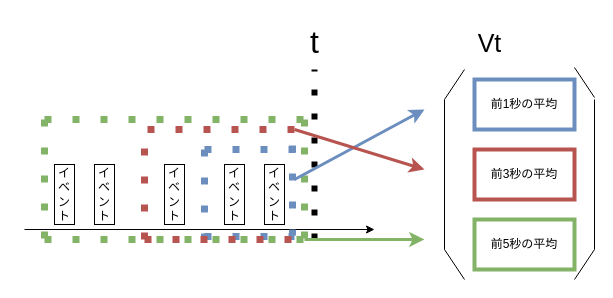
Earlier version of the draw.io diagram 名称未設定ファイル.drawio (Rwatana/Rwatana.github.io). Source tidied: cells renumbered, new cells numbered last; positions are measured from the earlier drawing's top-left corner, leaving out a move shared by most shapes. Both pictures are drawn from the tidied source at 100%, with x=0, y=0 at pixel (24, 17).
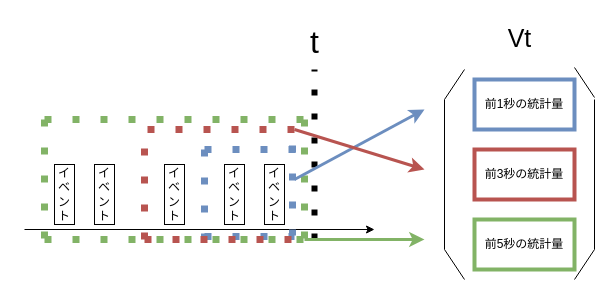
The same diagram, later.

Commit message:
名称未設定ファイル.drawio を更新します

Change to the diagram source:
```diff
@@
     <mxCell id="21" value="&lt;font style=&quot;font-size: 25px;&quot;&gt;Vt&lt;/font&gt;" style="text;html=1;align=center;verticalAlign=middle;strokeColor=none;fillColor=none;" parent="1" vertex="1">
-      <mxGeometry x="440" y="5" width="50" height="40" as="geometry" />
+      <mxGeometry x="470" width="50" height="40" as="geometry" />
     </mxCell>
@@
-    <mxCell id="23" value="前1秒の平均" style="rounded=0;whiteSpace=wrap;html=1;fillColor=none;strokeColor=#6c8ebf;strokeWidth=4;" parent="1" vertex="1">
+    <mxCell id="23" value="前1秒の統計量" style="rounded=0;whiteSpace=wrap;html=1;fillColor=none;strokeColor=#6c8ebf;strokeWidth=4;" parent="1" vertex="1">
       <mxGeometry x="450" y="62" width="100" height="50" as="geometry" />
     </mxCell>
-    <mxCell id="24" value="前3秒の平均" style="rounded=0;whiteSpace=wrap;html=1;fillColor=none;strokeColor=#b85450;strokeWidth=4;" parent="1" vertex="1">
+    <mxCell id="24" value="前3秒の統計量" style="rounded=0;whiteSpace=wrap;html=1;fillColor=none;strokeColor=#b85450;strokeWidth=4;" parent="1" vertex="1">
       <mxGeometry x="450" y="132" width="100" height="50" as="geometry" />
     </mxCell>
-    <mxCell id="25" value="前5秒の平均" style="rounded=0;whiteSpace=wrap;html=1;fillColor=none;strokeColor=#82b366;strokeWidth=4;" parent="1" vertex="1">
+    <mxCell id="25" value="前5秒の統計量" style="rounded=0;whiteSpace=wrap;html=1;fillColor=none;strokeColor=#82b366;strokeWidth=4;" parent="1" vertex="1">
       <mxGeometry x="450" y="202" width="100" height="50" as="geometry" />
     </mxCell>
```
